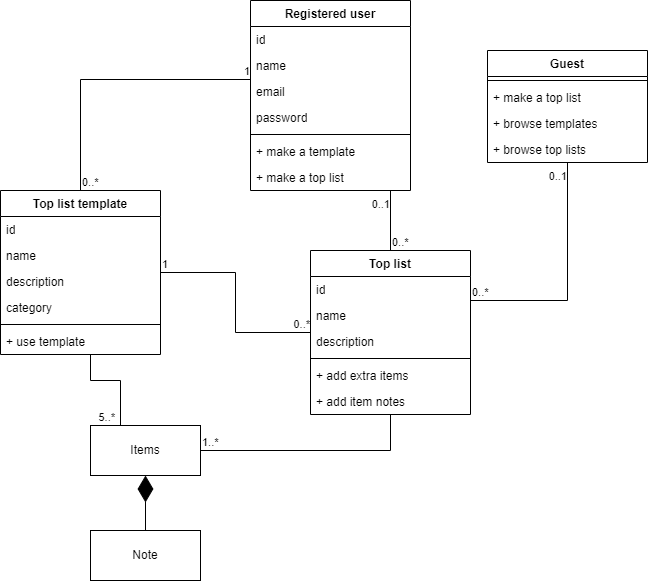
Earlier version of the draw.io export img/listmaker9000_class.drawio.png (vuorisumu/toplist-project). Source tidied: cells renumbered, new cells last; positions are measured from the earlier drawing's top-left corner, leaving out a move shared by most shapes. Source of this version:
```xml
<mxGraphModel>
  <root>
    <mxCell id="0" />
    <mxCell id="1" parent="0" />
    <mxCell id="2" value="Registered user" style="swimlane;fontStyle=1;align=center;verticalAlign=top;horizontal=1;startSize=26;whiteSpace=wrap;html=1;" parent="1" vertex="1">
      <mxGeometry x="250" width="160" height="190" as="geometry" />
    </mxCell>
    <mxCell id="3" value="id" style="text;strokeColor=none;fillColor=none;align=left;verticalAlign=top;spacingLeft=4;spacingRight=4;overflow=hidden;whiteSpace=wrap;html=1;" parent="2" vertex="1">
      <mxGeometry y="26" width="160" height="26" as="geometry" />
    </mxCell>
    <mxCell id="4" value="name" style="text;strokeColor=none;fillColor=none;align=left;verticalAlign=top;spacingLeft=4;spacingRight=4;overflow=hidden;whiteSpace=wrap;html=1;" parent="2" vertex="1">
      <mxGeometry y="52" width="160" height="26" as="geometry" />
    </mxCell>
    <mxCell id="5" value="email" style="text;strokeColor=none;fillColor=none;align=left;verticalAlign=top;spacingLeft=4;spacingRight=4;overflow=hidden;whiteSpace=wrap;html=1;" parent="2" vertex="1">
      <mxGeometry y="78" width="160" height="26" as="geometry" />
    </mxCell>
    <mxCell id="6" value="password" style="text;strokeColor=none;fillColor=none;align=left;verticalAlign=top;spacingLeft=4;spacingRight=4;overflow=hidden;whiteSpace=wrap;html=1;" parent="2" vertex="1">
      <mxGeometry y="104" width="160" height="26" as="geometry" />
    </mxCell>
    <mxCell id="7" style="line;strokeWidth=1;fillColor=none;align=left;verticalAlign=middle;spacingTop=-1;spacingLeft=3;spacingRight=3;labelPosition=right;strokeColor=inherit;" parent="2" vertex="1">
      <mxGeometry y="130" width="160" height="8" as="geometry" />
    </mxCell>
    <mxCell id="8" value="+ make a template" style="text;strokeColor=none;fillColor=none;align=left;verticalAlign=top;spacingLeft=4;spacingRight=4;overflow=hidden;whiteSpace=wrap;html=1;" parent="2" vertex="1">
      <mxGeometry y="138" width="160" height="26" as="geometry" />
    </mxCell>
    <mxCell id="9" value="+ make a top list" style="text;strokeColor=none;fillColor=none;align=left;verticalAlign=top;spacingLeft=4;spacingRight=4;overflow=hidden;whiteSpace=wrap;html=1;" parent="2" vertex="1">
      <mxGeometry y="164" width="160" height="26" as="geometry" />
    </mxCell>
    <mxCell id="10" value="Top list template" style="swimlane;fontStyle=1;align=center;verticalAlign=top;horizontal=1;startSize=26;whiteSpace=wrap;html=1;" parent="1" vertex="1">
      <mxGeometry y="190" width="160" height="164" as="geometry" />
    </mxCell>
    <mxCell id="11" value="id" style="text;strokeColor=none;fillColor=none;align=left;verticalAlign=top;spacingLeft=4;spacingRight=4;overflow=hidden;whiteSpace=wrap;html=1;" parent="10" vertex="1">
      <mxGeometry y="26" width="160" height="26" as="geometry" />
    </mxCell>
    <mxCell id="12" value="name" style="text;strokeColor=none;fillColor=none;align=left;verticalAlign=top;spacingLeft=4;spacingRight=4;overflow=hidden;whiteSpace=wrap;html=1;" parent="10" vertex="1">
      <mxGeometry y="52" width="160" height="26" as="geometry" />
    </mxCell>
    <mxCell id="13" value="description" style="text;strokeColor=none;fillColor=none;align=left;verticalAlign=top;spacingLeft=4;spacingRight=4;overflow=hidden;whiteSpace=wrap;html=1;" parent="10" vertex="1">
      <mxGeometry y="78" width="160" height="26" as="geometry" />
    </mxCell>
    <mxCell id="14" value="category" style="text;strokeColor=none;fillColor=none;align=left;verticalAlign=top;spacingLeft=4;spacingRight=4;overflow=hidden;whiteSpace=wrap;html=1;" parent="10" vertex="1">
      <mxGeometry y="104" width="160" height="26" as="geometry" />
    </mxCell>
    <mxCell id="15" style="line;strokeWidth=1;fillColor=none;align=left;verticalAlign=middle;spacingTop=-1;spacingLeft=3;spacingRight=3;labelPosition=right;strokeColor=inherit;" parent="10" vertex="1">
      <mxGeometry y="130" width="160" height="8" as="geometry" />
    </mxCell>
    <mxCell id="16" value="+ use template" style="text;strokeColor=none;fillColor=none;align=left;verticalAlign=top;spacingLeft=4;spacingRight=4;overflow=hidden;whiteSpace=wrap;html=1;" parent="10" vertex="1">
      <mxGeometry y="138" width="160" height="26" as="geometry" />
    </mxCell>
    <mxCell id="17" value="Top list" style="swimlane;fontStyle=1;align=center;verticalAlign=top;horizontal=1;startSize=26;whiteSpace=wrap;html=1;" parent="1" vertex="1">
      <mxGeometry x="310" y="250" width="160" height="164" as="geometry" />
    </mxCell>
    <mxCell id="18" value="id" style="text;strokeColor=none;fillColor=none;align=left;verticalAlign=top;spacingLeft=4;spacingRight=4;overflow=hidden;whiteSpace=wrap;html=1;" parent="17" vertex="1">
      <mxGeometry y="26" width="160" height="26" as="geometry" />
    </mxCell>
    <mxCell id="19" value="name" style="text;strokeColor=none;fillColor=none;align=left;verticalAlign=top;spacingLeft=4;spacingRight=4;overflow=hidden;whiteSpace=wrap;html=1;" parent="17" vertex="1">
      <mxGeometry y="52" width="160" height="26" as="geometry" />
    </mxCell>
    <mxCell id="20" value="description" style="text;strokeColor=none;fillColor=none;align=left;verticalAlign=top;spacingLeft=4;spacingRight=4;overflow=hidden;whiteSpace=wrap;html=1;" parent="17" vertex="1">
      <mxGeometry y="78" width="160" height="26" as="geometry" />
    </mxCell>
    <mxCell id="21" style="line;strokeWidth=1;fillColor=none;align=left;verticalAlign=middle;spacingTop=-1;spacingLeft=3;spacingRight=3;labelPosition=right;strokeColor=inherit;" parent="17" vertex="1">
      <mxGeometry y="104" width="160" height="8" as="geometry" />
    </mxCell>
    <mxCell id="22" value="+ add extra items" style="text;strokeColor=none;fillColor=none;align=left;verticalAlign=top;spacingLeft=4;spacingRight=4;overflow=hidden;whiteSpace=wrap;html=1;" parent="17" vertex="1">
      <mxGeometry y="112" width="160" height="26" as="geometry" />
    </mxCell>
    <mxCell id="23" value="+ add item notes" style="text;strokeColor=none;fillColor=none;align=left;verticalAlign=top;spacingLeft=4;spacingRight=4;overflow=hidden;whiteSpace=wrap;html=1;" parent="17" vertex="1">
      <mxGeometry y="138" width="160" height="26" as="geometry" />
    </mxCell>
    <mxCell id="24" style="endArrow=none;html=1;edgeStyle=orthogonalEdgeStyle;rounded=0;" parent="1" edge="1" source="10" target="2">
      <mxGeometry relative="1" as="geometry">
        <Array as="points">
          <mxPoint x="80" y="79" />
        </Array>
      </mxGeometry>
    </mxCell>
    <mxCell id="25" value="0..*" style="edgeLabel;html=1;align=left;verticalAlign=bottom;" parent="24" vertex="1">
      <mxGeometry x="-1" relative="1" as="geometry" />
    </mxCell>
    <mxCell id="26" value="1" style="edgeLabel;html=1;align=right;verticalAlign=bottom;" parent="24" vertex="1">
      <mxGeometry x="1" relative="1" as="geometry" />
    </mxCell>
    <mxCell id="27" style="endArrow=none;html=1;edgeStyle=orthogonalEdgeStyle;rounded=0;" parent="1" edge="1" source="17" target="2">
      <mxGeometry relative="1" as="geometry">
        <Array as="points">
          <mxPoint x="330" y="270" />
          <mxPoint x="330" y="270" />
        </Array>
      </mxGeometry>
    </mxCell>
    <mxCell id="28" value="0..*" style="edgeLabel;html=1;align=left;verticalAlign=bottom;" parent="27" vertex="1">
      <mxGeometry x="-1" relative="1" as="geometry" />
    </mxCell>
    <mxCell id="29" value="0..1" style="edgeLabel;html=1;align=right;verticalAlign=bottom;" parent="27" vertex="1">
      <mxGeometry x="1" relative="1" as="geometry">
        <mxPoint y="22" as="offset" />
      </mxGeometry>
    </mxCell>
    <mxCell id="30" style="endArrow=none;html=1;edgeStyle=orthogonalEdgeStyle;rounded=0;" parent="1" edge="1" source="10" target="17">
      <mxGeometry relative="1" as="geometry" />
    </mxCell>
    <mxCell id="31" value="1" style="edgeLabel;html=1;align=left;verticalAlign=bottom;" parent="30" vertex="1">
      <mxGeometry x="-1" relative="1" as="geometry" />
    </mxCell>
    <mxCell id="32" value="0..*" style="edgeLabel;html=1;align=right;verticalAlign=bottom;" parent="30" vertex="1">
      <mxGeometry x="1" relative="1" as="geometry" />
    </mxCell>
    <mxCell id="33" value="Items" style="html=1;whiteSpace=wrap;" parent="1" vertex="1">
      <mxGeometry x="90" y="425" width="110" height="50" as="geometry" />
    </mxCell>
    <mxCell id="34" style="endArrow=none;html=1;edgeStyle=orthogonalEdgeStyle;rounded=0;" parent="1" edge="1" source="10" target="33">
      <mxGeometry relative="1" as="geometry">
        <Array as="points">
          <mxPoint x="90" y="380" />
          <mxPoint x="120" y="380" />
        </Array>
      </mxGeometry>
    </mxCell>
    <mxCell id="35" value="5..*" style="edgeLabel;html=1;align=right;verticalAlign=bottom;" parent="34" vertex="1">
      <mxGeometry x="1" relative="1" as="geometry">
        <mxPoint x="-5" as="offset" />
      </mxGeometry>
    </mxCell>
    <mxCell id="36" style="endArrow=none;html=1;edgeStyle=orthogonalEdgeStyle;rounded=0;" parent="1" edge="1" source="33" target="17">
      <mxGeometry relative="1" as="geometry">
        <Array as="points">
          <mxPoint x="390" y="450" />
        </Array>
      </mxGeometry>
    </mxCell>
    <mxCell id="37" value="1..*" style="edgeLabel;html=1;align=left;verticalAlign=bottom;" parent="36" vertex="1">
      <mxGeometry x="-1" relative="1" as="geometry" />
    </mxCell>
    <mxCell id="38" value="Note" style="html=1;whiteSpace=wrap;" parent="1" vertex="1">
      <mxGeometry x="90" y="530" width="110" height="50" as="geometry" />
    </mxCell>
    <mxCell id="39" style="endArrow=diamondThin;endFill=1;endSize=24;html=1;rounded=0;exitX=0.5;exitY=0;exitDx=0;exitDy=0;" parent="1" edge="1" source="38" target="33">
      <mxGeometry relative="1" as="geometry" />
    </mxCell>
    <mxCell id="40" value="Guest" style="swimlane;fontStyle=1;align=center;verticalAlign=top;horizontal=1;startSize=26;whiteSpace=wrap;html=1;" parent="1" vertex="1">
      <mxGeometry x="487" y="50" width="160" height="112" as="geometry" />
    </mxCell>
    <mxCell id="41" style="line;strokeWidth=1;fillColor=none;align=left;verticalAlign=middle;spacingTop=-1;spacingLeft=3;spacingRight=3;labelPosition=right;strokeColor=inherit;" parent="40" vertex="1">
      <mxGeometry y="26" width="160" height="8" as="geometry" />
    </mxCell>
    <mxCell id="42" value="+ make a top list" style="text;strokeColor=none;fillColor=none;align=left;verticalAlign=top;spacingLeft=4;spacingRight=4;overflow=hidden;whiteSpace=wrap;html=1;" parent="40" vertex="1">
      <mxGeometry y="34" width="160" height="26" as="geometry" />
    </mxCell>
    <mxCell id="43" value="+ browse templates" style="text;strokeColor=none;fillColor=none;align=left;verticalAlign=top;spacingLeft=4;spacingRight=4;overflow=hidden;whiteSpace=wrap;html=1;" parent="40" vertex="1">
      <mxGeometry y="60" width="160" height="26" as="geometry" />
    </mxCell>
    <mxCell id="44" value="+ browse top lists" style="text;strokeColor=none;fillColor=none;align=left;verticalAlign=top;spacingLeft=4;spacingRight=4;overflow=hidden;whiteSpace=wrap;html=1;" parent="40" vertex="1">
      <mxGeometry y="86" width="160" height="26" as="geometry" />
    </mxCell>
    <mxCell id="45" style="endArrow=none;html=1;edgeStyle=orthogonalEdgeStyle;rounded=0;" parent="1" edge="1" source="17" target="40">
      <mxGeometry relative="1" as="geometry">
        <Array as="points">
          <mxPoint x="567" y="300" />
        </Array>
      </mxGeometry>
    </mxCell>
    <mxCell id="46" value="0..*" style="edgeLabel;html=1;align=left;verticalAlign=bottom;" parent="45" vertex="1">
      <mxGeometry x="-1" relative="1" as="geometry" />
    </mxCell>
    <mxCell id="47" value="0..1" style="edgeLabel;html=1;align=right;verticalAlign=bottom;" parent="45" vertex="1">
      <mxGeometry x="1" relative="1" as="geometry">
        <mxPoint y="22" as="offset" />
      </mxGeometry>
    </mxCell>
  </root>
</mxGraphModel>
```
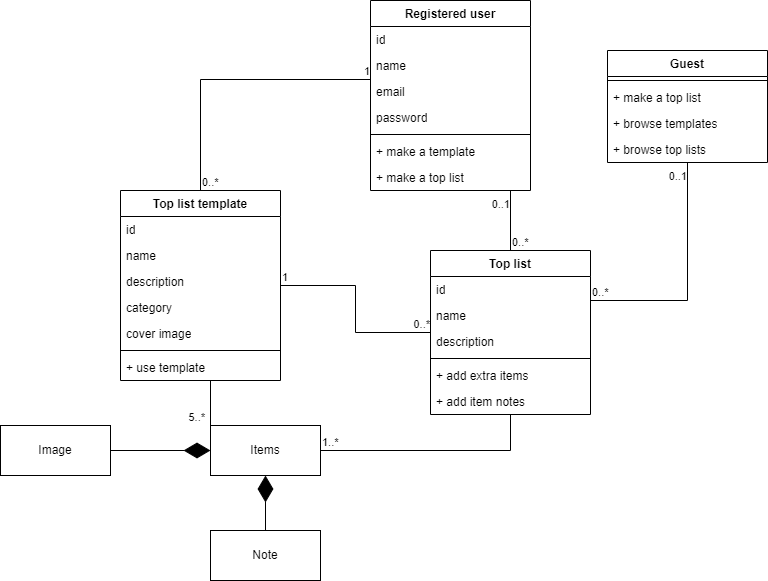
The same file after the commit.

Change to the diagram source:
```diff
@@ -27,7 +27,7 @@
       <mxGeometry y="164" width="160" height="26" as="geometry" />
     </mxCell>
     <mxCell id="10" value="Top list template" style="swimlane;fontStyle=1;align=center;verticalAlign=top;horizontal=1;startSize=26;whiteSpace=wrap;html=1;" parent="1" vertex="1">
-      <mxGeometry y="190" width="160" height="164" as="geometry" />
+      <mxGeometry y="190" width="160" height="190" as="geometry" />
     </mxCell>
     <mxCell id="11" value="id" style="text;strokeColor=none;fillColor=none;align=left;verticalAlign=top;spacingLeft=4;spacingRight=4;overflow=hidden;whiteSpace=wrap;html=1;" parent="10" vertex="1">
       <mxGeometry y="26" width="160" height="26" as="geometry" />
@@ -41,11 +41,14 @@
     <mxCell id="14" value="category" style="text;strokeColor=none;fillColor=none;align=left;verticalAlign=top;spacingLeft=4;spacingRight=4;overflow=hidden;whiteSpace=wrap;html=1;" parent="10" vertex="1">
       <mxGeometry y="104" width="160" height="26" as="geometry" />
     </mxCell>
+    <mxCell id="48" value="cover image" style="text;strokeColor=none;fillColor=none;align=left;verticalAlign=top;spacingLeft=4;spacingRight=4;overflow=hidden;whiteSpace=wrap;html=1;" parent="10" vertex="1">
+      <mxGeometry y="130" width="160" height="26" as="geometry" />
+    </mxCell>
     <mxCell id="15" style="line;strokeWidth=1;fillColor=none;align=left;verticalAlign=middle;spacingTop=-1;spacingLeft=3;spacingRight=3;labelPosition=right;strokeColor=inherit;" parent="10" vertex="1">
-      <mxGeometry y="130" width="160" height="8" as="geometry" />
+      <mxGeometry y="156" width="160" height="8" as="geometry" />
     </mxCell>
     <mxCell id="16" value="+ use template" style="text;strokeColor=none;fillColor=none;align=left;verticalAlign=top;spacingLeft=4;spacingRight=4;overflow=hidden;whiteSpace=wrap;html=1;" parent="10" vertex="1">
-      <mxGeometry y="138" width="160" height="26" as="geometry" />
+      <mxGeometry y="164" width="160" height="26" as="geometry" />
     </mxCell>
     <mxCell id="17" value="Top list" style="swimlane;fontStyle=1;align=center;verticalAlign=top;horizontal=1;startSize=26;whiteSpace=wrap;html=1;" parent="1" vertex="1">
       <mxGeometry x="310" y="250" width="160" height="164" as="geometry" />
@@ -168,5 +171,11 @@
         <mxPoint y="22" as="offset" />
       </mxGeometry>
     </mxCell>
+    <mxCell id="49" value="Image" style="html=1;whiteSpace=wrap;" parent="1" vertex="1">
+      <mxGeometry x="-120" y="425" width="110" height="50" as="geometry" />
+    </mxCell>
+    <mxCell id="50" style="endArrow=diamondThin;endFill=1;endSize=24;html=1;rounded=0;" parent="1" edge="1" source="49" target="33">
+      <mxGeometry relative="1" as="geometry" />
+    </mxCell>
   </root>
 </mxGraphModel>
```
